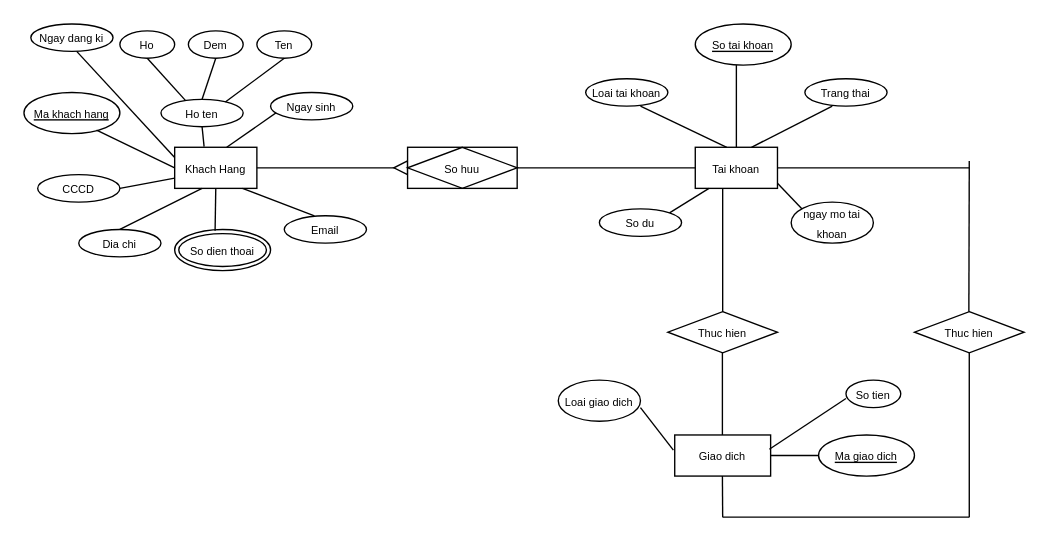
This is CSDL.drawio from HoangVietAnh09/CSDL, a draw.io file, before an edit. Source tidied: cells renumbered, new cells numbered last; positions are measured from the earlier drawing's top-left corner, leaving out a move shared by most shapes. Both pictures are drawn from the tidied source at 137%, with x=0, y=0 at pixel (23, 23).
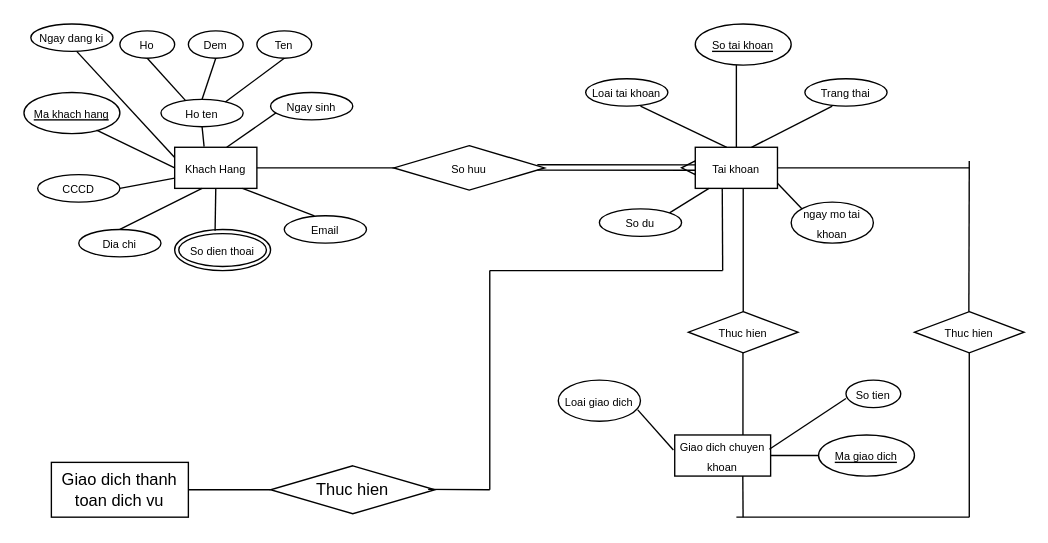
The same diagram, later.

The change refers to these unchanged cells:
```xml
<mxCell id="47" value="&lt;font style=&quot;font-size: 8px;&quot;&gt;Loai giao dich&lt;font&gt;&lt;br&gt;&lt;/font&gt;&lt;/font&gt;" style="ellipse;whiteSpace=wrap;html=1;align=center;" parent="1" vertex="1">
  <mxGeometry x="390" y="260" width="60" height="30" as="geometry" />
</mxCell>
```

What changed in the source:
```diff
@@
-    <mxCell id="28" style="endArrow=none;html=1;rounded=0;" parent="1" edge="1" target="29">
-      <mxGeometry relative="1" as="geometry">
-        <mxPoint x="360" y="104.8" as="sourcePoint" />
-      </mxGeometry>
-    </mxCell>
     <mxCell id="29" style="verticalLabelPosition=bottom;verticalAlign=top;html=1;shape=mxgraph.basic.acute_triangle;dx=0.5;rotation=-90;" parent="1" vertex="1">
-      <mxGeometry x="270" y="100" width="10" height="10" as="geometry" />
+      <mxGeometry x="480" y="100" width="10" height="10" as="geometry" />
     </mxCell>
@@
-    <mxCell id="34" value="&lt;font style=&quot;font-size: 8px;&quot;&gt;So huu&lt;font&gt;&lt;br&gt;&lt;/font&gt;&lt;/font&gt;" style="shape=associativeEntity;whiteSpace=wrap;html=1;align=center;" parent="1" vertex="1">
-      <mxGeometry x="280" y="90" width="80" height="30" as="geometry" />
-    </mxCell>
     <mxCell id="35" style="endArrow=none;html=1;rounded=0;" parent="1" edge="1">
       <mxGeometry relative="1" as="geometry">
-        <mxPoint x="510" y="120" as="sourcePoint" />
-        <mxPoint x="510" y="215" as="targetPoint" />
+        <mxPoint x="525" y="120" as="sourcePoint" />
+        <mxPoint x="525" y="215" as="targetPoint" />
       </mxGeometry>
     </mxCell>
     <mxCell id="36" value="&lt;font style=&quot;font-size: 8px;&quot;&gt;Thuc hien&lt;br&gt;&lt;/font&gt;" style="shape=rhombus;perimeter=rhombusPerimeter;whiteSpace=wrap;html=1;align=center;" parent="1" vertex="1">
-      <mxGeometry x="470" y="210" width="80" height="30" as="geometry" />
+      <mxGeometry x="485" y="210" width="80" height="30" as="geometry" />
     </mxCell>
     <mxCell id="37" style="endArrow=none;html=1;rounded=0;" parent="1" edge="1">
       <mxGeometry relative="1" as="geometry">
-        <mxPoint x="509.8" y="240" as="sourcePoint" />
-        <mxPoint x="509.8" y="300" as="targetPoint" />
+        <mxPoint x="524.8" y="240" as="sourcePoint" />
+        <mxPoint x="524.8" y="300" as="targetPoint" />
       </mxGeometry>
     </mxCell>
-    <mxCell id="38" value="&lt;font style=&quot;font-size: 8px;&quot;&gt;Giao dich&lt;br&gt;&lt;/font&gt;" style="whiteSpace=wrap;html=1;align=center;" parent="1" vertex="1">
+    <mxCell id="38" value="&lt;font style=&quot;font-size: 8px;&quot;&gt;Giao dich chuyen khoan&lt;br&gt;&lt;/font&gt;" style="whiteSpace=wrap;html=1;align=center;" parent="1" vertex="1">
       <mxGeometry x="475" y="300" width="70" height="30" as="geometry" />
     </mxCell>
@@
     <mxCell id="43" style="endArrow=none;html=1;rounded=0;" parent="1" edge="1">
       <mxGeometry relative="1" as="geometry">
-        <mxPoint x="509.8" y="330" as="sourcePoint" />
-        <mxPoint x="510" y="360" as="targetPoint" />
+        <mxPoint x="524.7" y="330" as="sourcePoint" />
+        <mxPoint x="524.9" y="360" as="targetPoint" />
       </mxGeometry>
     </mxCell>
     <mxCell id="44" style="endArrow=none;html=1;rounded=0;" parent="1" edge="1">
       <mxGeometry relative="1" as="geometry">
         <mxPoint x="690" y="360" as="sourcePoint" />
-        <mxPoint x="510" y="360" as="targetPoint" />
+        <mxPoint x="520" y="360" as="targetPoint" />
       </mxGeometry>
     </mxCell>
@@
-    <mxCell id="55" style="endArrow=none;html=1;rounded=0;exitX=0;exitY=0.667;exitDx=0;exitDy=0;exitPerimeter=0;entryX=-0.014;entryY=0.367;entryDx=0;entryDy=0;entryPerimeter=0;" parent="1" edge="1" target="38">
-      <mxGeometry relative="1" as="geometry">
-        <mxPoint x="450" y="280" as="sourcePoint" />
-      </mxGeometry>
+    <mxCell id="55" style="endArrow=none;html=1;rounded=0;exitX=0.967;exitY=0.722;exitDx=0;exitDy=0;exitPerimeter=0;entryX=-0.014;entryY=0.367;entryDx=0;entryDy=0;entryPerimeter=0;" parent="1" edge="1" source="47" target="38">
+      <mxGeometry relative="1" as="geometry" />
     </mxCell>
@@
+    <mxCell id="34" value="&lt;font style=&quot;font-size: 8px;&quot;&gt;So huu&lt;br&gt;&lt;/font&gt;" style="shape=rhombus;perimeter=rhombusPerimeter;whiteSpace=wrap;html=1;align=center;" parent="1" vertex="1">
+      <mxGeometry x="270" y="88.8" width="110" height="32.5" as="geometry" />
+    </mxCell>
+    <mxCell id="57" style="shape=link;html=1;rounded=0;exitX=0.952;exitY=0.49;exitDx=0;exitDy=0;exitPerimeter=0;" parent="1" edge="1" source="34">
+      <mxGeometry relative="1" as="geometry">
+        <mxPoint x="490" y="104.8" as="targetPoint" />
+      </mxGeometry>
+    </mxCell>
+    <mxCell id="58" value="Giao dich thanh toan dich vu " style="whiteSpace=wrap;html=1;align=center;" parent="1" vertex="1">
+      <mxGeometry x="20" y="320" width="100" height="40" as="geometry" />
+    </mxCell>
+    <mxCell id="59" value="Thuc hien" style="shape=rhombus;perimeter=rhombusPerimeter;whiteSpace=wrap;html=1;align=center;" parent="1" vertex="1">
+      <mxGeometry x="180" y="322.5" width="120" height="35" as="geometry" />
+    </mxCell>
+    <mxCell id="60" style="endArrow=none;html=1;rounded=0;entryX=0;entryY=0.5;entryDx=0;entryDy=0;" parent="1" edge="1" target="59">
+      <mxGeometry relative="1" as="geometry">
+        <mxPoint x="120" y="340" as="sourcePoint" />
+      </mxGeometry>
+    </mxCell>
+    <mxCell id="61" style="endArrow=none;html=1;rounded=0;" parent="1" edge="1">
+      <mxGeometry relative="1" as="geometry">
+        <mxPoint x="295" y="339.7" as="sourcePoint" />
+        <mxPoint x="340" y="340" as="targetPoint" />
+      </mxGeometry>
+    </mxCell>
+    <mxCell id="62" style="endArrow=none;html=1;rounded=0;" parent="1" edge="1">
+      <mxGeometry relative="1" as="geometry">
+        <mxPoint x="340" y="180" as="sourcePoint" />
+        <mxPoint x="510" y="180" as="targetPoint" />
+      </mxGeometry>
+    </mxCell>
+    <mxCell id="63" style="endArrow=none;html=1;rounded=0;" parent="1" edge="1">
+      <mxGeometry relative="1" as="geometry">
+        <mxPoint x="340" y="340" as="sourcePoint" />
+        <mxPoint x="340" y="180" as="targetPoint" />
+      </mxGeometry>
+    </mxCell>
+    <mxCell id="64" style="endArrow=none;html=1;rounded=0;" parent="1" edge="1">
+      <mxGeometry relative="1" as="geometry">
+        <mxPoint x="509.7" y="120" as="sourcePoint" />
+        <mxPoint x="510" y="180" as="targetPoint" />
+      </mxGeometry>
+    </mxCell>
```
